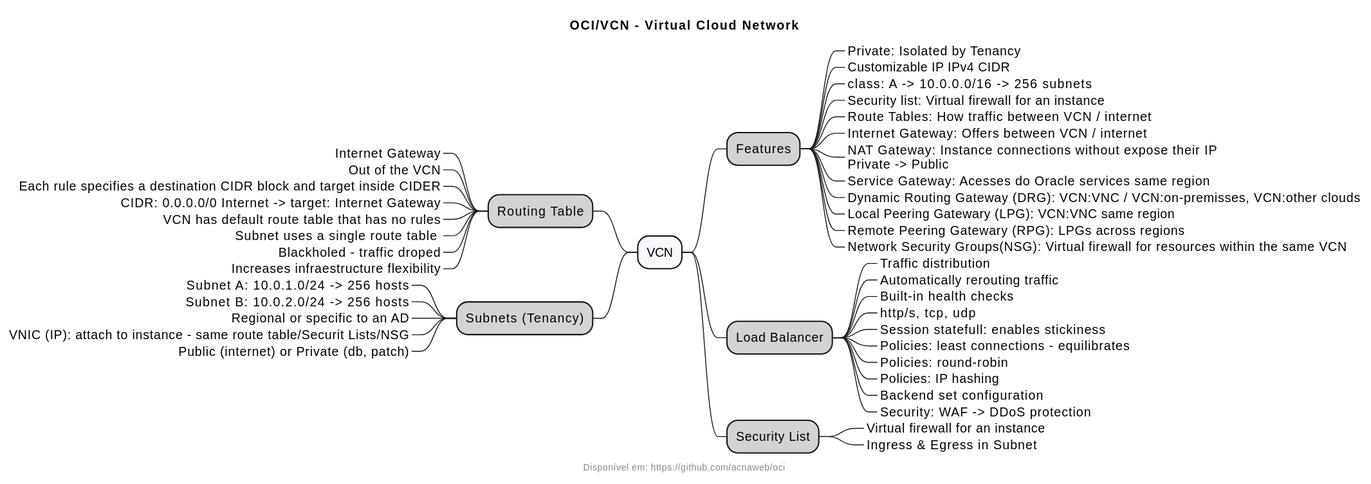
Earlier version of the PlantUML export assets/docs/src/vcn/vcn.svg (acnaweb/oci).
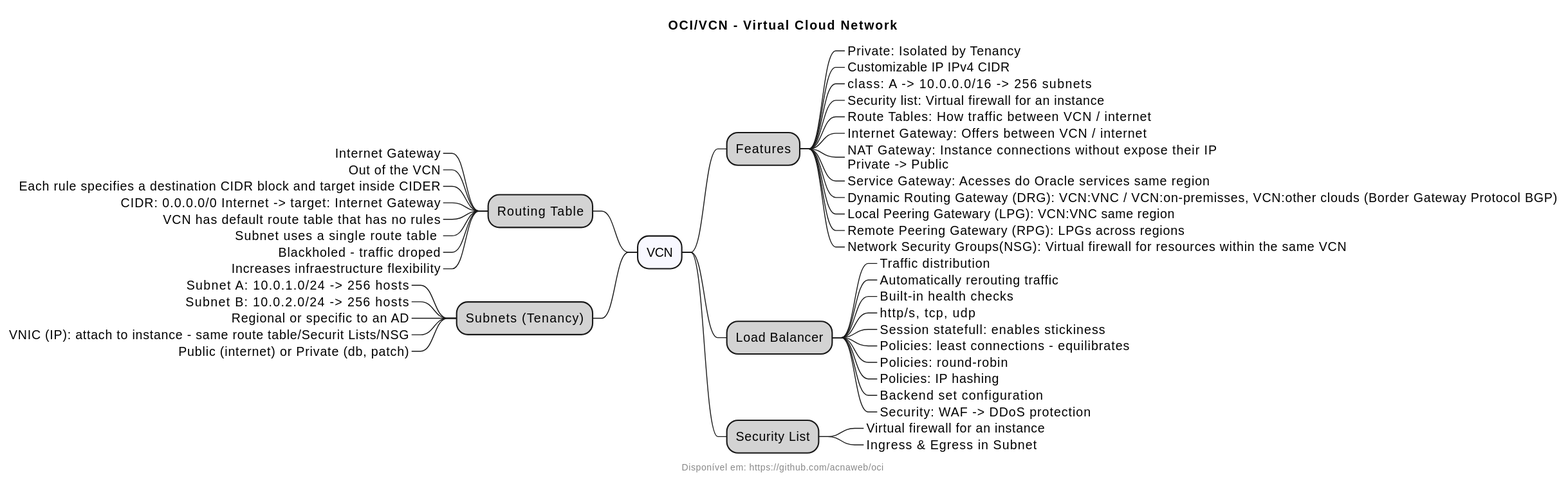
Above is the later version.

What changed in the source:
```diff
@@ -1,6 +1,6 @@
 @startmindmap
 
-Title "OCI/VCN - Virtual Cloud Network"
+title "OCI/VCN - Virtual Cloud Network"
 footer Disponível em: https://github.com/acnaweb/oci
 
 *[#F8F8FF]  VCN
@@ -15,7 +15,7 @@
 ***_ Internet Gateway: Offers between VCN / internet
 ***_ NAT Gateway: Instance connections without expose their IP\nPrivate -> Public
 ***_ Service Gateway: Acesses do Oracle services same region
-***_ Dynamic Routing Gateway (DRG): VCN:VNC / VCN:on-premisses, VCN:other clouds
+***_ Dynamic Routing Gateway (DRG): VCN:VNC / VCN:on-premisses, VCN:other clouds (Border Gateway Protocol BGP)
 ***_ Local Peering Gatewary (LPG): VCN:VNC same region
 ***_ Remote Peering Gatewary (RPG): LPGs across regions
 ***_ Network Security Groups(NSG): Virtual firewall for resources within the same VCN
```
